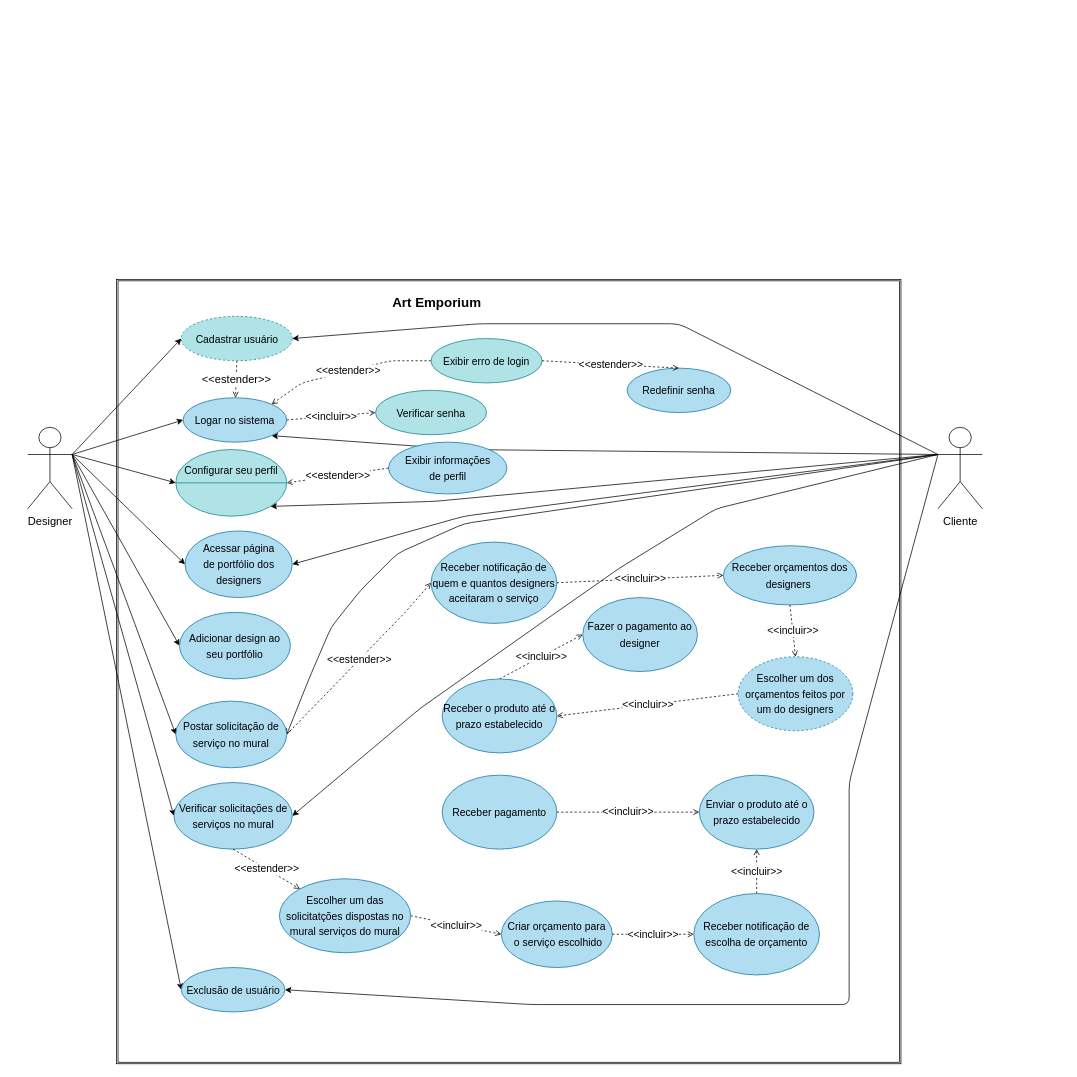
Above: Docs/caso _de_uso - Copia.drawio in Clara-ang/Art_Emporium2 (draw.io), before the change. Source tidied: cells renumbered, new cells numbered last; positions are measured from the earlier drawing's top-left corner, leaving out a move shared by most shapes. Both pictures are drawn from the tidied source at 74%, with x=0, y=0 at pixel (27, 279).
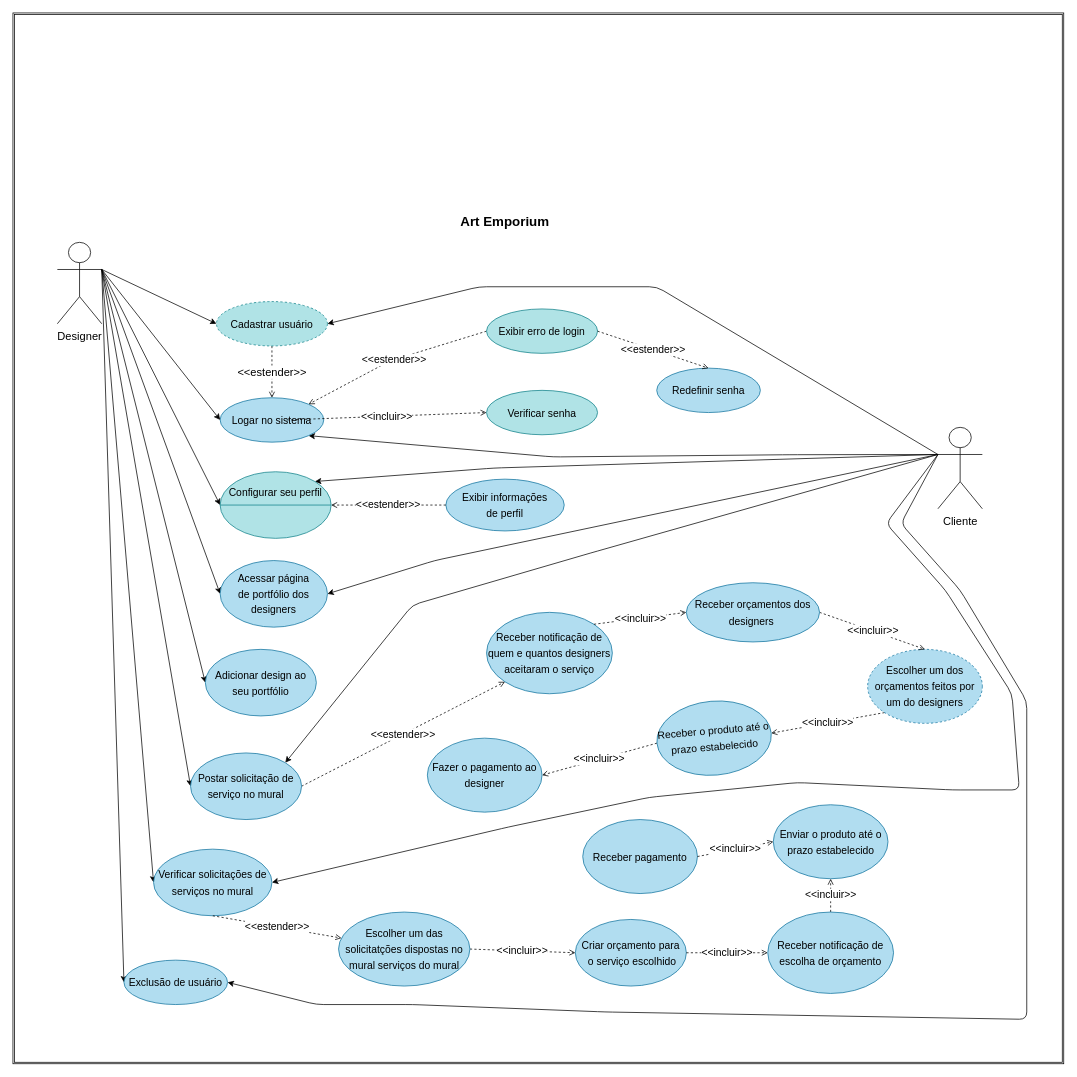
The same diagram, later.

Unchanged cells that the change refers to:
```xml
<mxCell id="10" value="&lt;span style=&quot;font-size: 15px&quot;&gt;Cliente&lt;/span&gt;" style="shape=umlActor;verticalLabelPosition=bottom;verticalAlign=top;html=1;outlineConnect=0;fontSize=18;" parent="1" vertex="1">
  <mxGeometry x="1230" y="200" width="60" height="110" as="geometry" />
</mxCell>
```

What changed in the source:
```diff
@@
     <mxCell id="2" style="shape=ext;double=1;whiteSpace=wrap;html=1;" parent="1" vertex="1">
-      <mxGeometry x="120" width="1060" height="1060" as="geometry" />
+      <mxGeometry x="-20" y="-360" width="1420" height="1420" as="geometry" />
     </mxCell>
     <mxCell id="3" value="&lt;h1&gt;&lt;font style=&quot;font-size: 18px&quot;&gt;Art Emporium&lt;/font&gt;&lt;/h1&gt;" style="text;html=1;strokeColor=none;fillColor=none;spacing=5;spacingTop=-20;whiteSpace=wrap;overflow=hidden;rounded=0;align=center;" parent="1" vertex="1">
-      <mxGeometry x="457.5" y="10" width="190" height="50" as="geometry" />
+      <mxGeometry x="550" y="-100" width="190" height="50" as="geometry" />
     </mxCell>
+    <mxCell id="5" style="edgeStyle=none;html=1;exitX=0;exitY=0.3333333333333333;exitDx=0;exitDy=0;exitPerimeter=0;entryX=1;entryY=0.5;entryDx=0;entryDy=0;" parent="1" edge="1" source="10" target="24">
+      <mxGeometry relative="1" as="geometry">
+        <Array as="points">
+          <mxPoint x="550" y="380" />
+        </Array>
+      </mxGeometry>
+    </mxCell>
-    <mxCell id="4" style="edgeStyle=none;html=1;exitX=0;exitY=0.3333333333333333;exitDx=0;exitDy=0;exitPerimeter=0;entryX=1;entryY=1;entryDx=0;entryDy=0;fontSize=14;" parent="1" edge="1" source="10" target="11">
+    <mxCell id="4" style="edgeStyle=none;html=1;exitX=0;exitY=0.3333333333333333;exitDx=0;exitDy=0;exitPerimeter=0;entryX=1;entryY=1;entryDx=0;entryDy=0;" parent="1" edge="1" source="10" target="11">
       <mxGeometry relative="1" as="geometry">
         <Array as="points">
-          <mxPoint x="590" y="230" />
+          <mxPoint x="1030" y="237" />
+          <mxPoint x="710" y="240" />
         </Array>
       </mxGeometry>
     </mxCell>
-    <mxCell id="5" style="edgeStyle=none;html=1;exitX=0;exitY=0.3333333333333333;exitDx=0;exitDy=0;exitPerimeter=0;entryX=1;entryY=0.5;entryDx=0;entryDy=0;fontSize=14;" parent="1" edge="1" source="10" target="24">
-      <mxGeometry relative="1" as="geometry">
-        <Array as="points">
-          <mxPoint x="590" y="320" />
-        </Array>
-      </mxGeometry>
-    </mxCell>
+    <mxCell id="54" style="edgeStyle=none;html=1;exitX=0;exitY=0.3333333333333333;exitDx=0;exitDy=0;exitPerimeter=0;entryX=1;entryY=0.5;entryDx=0;entryDy=0;" parent="1" edge="1" source="10" target="14">
+      <mxGeometry relative="1" as="geometry">
+        <Array as="points">
+          <mxPoint x="850" y="10" />
+          <mxPoint x="610" y="10" />
+        </Array>
+      </mxGeometry>
+    </mxCell>
+    <mxCell id="9" style="edgeStyle=none;html=1;exitX=0;exitY=0.3333333333333333;exitDx=0;exitDy=0;exitPerimeter=0;entryX=1;entryY=0;entryDx=0;entryDy=0;" parent="1" edge="1" source="10" target="57">
+      <mxGeometry relative="1" as="geometry">
+        <Array as="points">
+          <mxPoint x="630" y="255" />
+        </Array>
+      </mxGeometry>
+    </mxCell>
-    <mxCell id="6" style="edgeStyle=none;html=1;exitX=0;exitY=0.3333333333333333;exitDx=0;exitDy=0;exitPerimeter=0;entryX=1;entryY=0.5;entryDx=0;entryDy=0;fontSize=14;endArrow=open;endFill=0;strokeWidth=1;" parent="1" edge="1" source="10" target="28">
+    <mxCell id="6" style="edgeStyle=none;html=1;exitX=0;exitY=0.3333333333333333;exitDx=0;exitDy=0;exitPerimeter=0;entryX=1;entryY=0;entryDx=0;entryDy=0;" parent="1" edge="1" source="10" target="28">
       <mxGeometry relative="1" as="geometry">
         <Array as="points">
-          <mxPoint x="590" y="330" />
-          <mxPoint x="500" y="370" />
-          <mxPoint x="450" y="420" />
-          <mxPoint x="410" y="470" />
-          <mxPoint x="380" y="540" />
+          <mxPoint x="760" y="370" />
+          <mxPoint x="520" y="440" />
         </Array>
       </mxGeometry>
     </mxCell>
-    <mxCell id="7" style="edgeStyle=none;html=1;exitX=0;exitY=0.3333333333333333;exitDx=0;exitDy=0;exitPerimeter=0;entryX=1;entryY=0.5;entryDx=0;entryDy=0;fontSize=14;endArrow=classic;endFill=1;strokeWidth=1;" parent="1" edge="1" source="10" target="33">
+    <mxCell id="7" style="edgeStyle=none;html=1;exitX=0;exitY=0.3333333333333333;exitDx=0;exitDy=0;exitPerimeter=0;entryX=1;entryY=0.5;entryDx=0;entryDy=0;" parent="1" edge="1" source="10" target="33">
       <mxGeometry relative="1" as="geometry">
         <Array as="points">
-          <mxPoint x="930" y="310" />
-          <mxPoint x="800" y="390" />
-          <mxPoint x="700" y="460" />
-          <mxPoint x="530" y="580" />
+          <mxPoint x="1160" y="330" />
+          <mxPoint x="1240" y="420" />
+          <mxPoint x="1330" y="560" />
+          <mxPoint x="1340" y="690" />
+          <mxPoint x="1250" y="690" />
+          <mxPoint x="1040" y="680" />
+          <mxPoint x="840" y="700" />
+          <mxPoint x="650" y="740" />
         </Array>
       </mxGeometry>
     </mxCell>
-    <mxCell id="8" style="edgeStyle=none;html=1;exitX=0;exitY=0.3333333333333333;exitDx=0;exitDy=0;exitPerimeter=0;entryX=1;entryY=0.5;entryDx=0;entryDy=0;fontSize=14;endArrow=classic;endFill=1;strokeWidth=1;" parent="1" edge="1" source="10" target="26">
-      <mxGeometry relative="1" as="geometry">
-        <Array as="points">
-          <mxPoint x="1110" y="680" />
-          <mxPoint x="1110" y="790" />
-          <mxPoint x="1110" y="920" />
-          <mxPoint x="1110" y="980" />
-          <mxPoint x="680" y="980" />
-        </Array>
-      </mxGeometry>
-    </mxCell>
-    <mxCell id="9" style="edgeStyle=none;html=1;exitX=0;exitY=0.3333333333333333;exitDx=0;exitDy=0;exitPerimeter=0;fontSize=14;endArrow=classic;endFill=1;strokeWidth=1;entryX=1;entryY=1;entryDx=0;entryDy=0;" parent="1" edge="1" source="10" target="57">
-      <mxGeometry relative="1" as="geometry">
-        <Array as="points">
-          <mxPoint x="550" y="300" />
-        </Array>
-      </mxGeometry>
-    </mxCell>
@@
     <mxCell id="11" value="&lt;font style=&quot;font-size: 14px&quot; color=&quot;#000000&quot;&gt;Logar no sistema&lt;/font&gt;" style="ellipse;whiteSpace=wrap;html=1;fontSize=18;fillColor=#b1ddf0;strokeColor=#10739e;" parent="1" vertex="1">
-      <mxGeometry x="210" y="160" width="140" height="60" as="geometry" />
+      <mxGeometry x="260" y="160" width="140" height="60" as="geometry" />
     </mxCell>
@@
     <mxCell id="14" value="&lt;font color=&quot;#000000&quot; style=&quot;font-size: 14px&quot;&gt;Cadastrar usuário&lt;/font&gt;" style="ellipse;whiteSpace=wrap;html=1;fontSize=15;fillColor=#b0e3e6;strokeColor=#0e8088;dashed=1;" parent="1" vertex="1">
-      <mxGeometry x="207.5" y="50" width="150" height="60" as="geometry" />
+      <mxGeometry x="255" y="30" width="150" height="60" as="geometry" />
     </mxCell>
@@
     <mxCell id="23" value="&lt;span style=&quot;font-size: 15px&quot;&gt;Designer&lt;/span&gt;" style="shape=umlActor;verticalLabelPosition=bottom;verticalAlign=top;html=1;outlineConnect=0;fontSize=18;" parent="1" vertex="1">
-      <mxGeometry y="200" width="60" height="110" as="geometry" />
+      <mxGeometry x="40" y="-50" width="60" height="110" as="geometry" />
     </mxCell>
     <mxCell id="24" value="&lt;font color=&quot;#000000&quot; style=&quot;font-size: 14px&quot;&gt;&lt;span style=&quot;line-height: 1.2&quot;&gt;Acessar página&lt;br&gt;de portfólio dos designers&lt;/span&gt;&lt;/font&gt;" style="ellipse;whiteSpace=wrap;html=1;fontSize=18;fillColor=#b1ddf0;strokeColor=#10739e;" parent="1" vertex="1">
-      <mxGeometry x="212.5" y="340" width="145" height="90" as="geometry" />
+      <mxGeometry x="260" y="380" width="145" height="90" as="geometry" />
     </mxCell>
     <mxCell id="25" value="&lt;font color=&quot;#000000&quot; style=&quot;font-size: 14px&quot;&gt;Redefinir senha&lt;/font&gt;" style="ellipse;whiteSpace=wrap;html=1;fontSize=18;fillColor=#b1ddf0;strokeColor=#10739e;" parent="1" vertex="1">
-      <mxGeometry x="810" y="120" width="140" height="60" as="geometry" />
+      <mxGeometry x="850" y="120" width="140" height="60" as="geometry" />
     </mxCell>
     <mxCell id="26" value="&lt;font color=&quot;#000000&quot; style=&quot;font-size: 14px&quot;&gt;Exclusão de usuário&lt;/font&gt;" style="ellipse;whiteSpace=wrap;html=1;fontSize=18;fillColor=#b1ddf0;strokeColor=#10739e;" parent="1" vertex="1">
-      <mxGeometry x="207.5" y="930" width="140" height="60" as="geometry" />
+      <mxGeometry x="130" y="920" width="140" height="60" as="geometry" />
     </mxCell>
-    <mxCell id="27" value="&amp;lt;&amp;lt;estender&amp;gt;&amp;gt;" style="edgeStyle=none;html=1;exitX=1;exitY=0.5;exitDx=0;exitDy=0;entryX=0;entryY=0.5;entryDx=0;entryDy=0;dashed=1;fontSize=14;endArrow=open;endFill=0;strokeWidth=1;" parent="1" edge="1" source="28" target="44">
-      <mxGeometry relative="1" as="geometry">
-        <Array as="points">
-          <mxPoint x="510" y="450" />
-        </Array>
-      </mxGeometry>
+    <mxCell id="27" value="&amp;lt;&amp;lt;estender&amp;gt;&amp;gt;" style="edgeStyle=none;html=1;exitX=1;exitY=0.5;exitDx=0;exitDy=0;entryX=0;entryY=1;entryDx=0;entryDy=0;dashed=1;fontSize=14;endArrow=open;endFill=0;strokeWidth=1;" parent="1" edge="1" source="28" target="44">
+      <mxGeometry relative="1" as="geometry" />
     </mxCell>
     <mxCell id="28" value="&lt;font color=&quot;#000000&quot; style=&quot;font-size: 14px&quot;&gt;Postar solicitação de serviço no mural&lt;/font&gt;" style="ellipse;whiteSpace=wrap;html=1;fontSize=18;fillColor=#b1ddf0;strokeColor=#10739e;" parent="1" vertex="1">
-      <mxGeometry x="200" y="570" width="150" height="90" as="geometry" />
+      <mxGeometry x="220" y="640" width="150" height="90" as="geometry" />
     </mxCell>
     <mxCell id="29" value="&amp;lt;&amp;lt;estender&amp;gt;&amp;gt;" style="edgeStyle=none;html=1;exitX=0;exitY=0.5;exitDx=0;exitDy=0;entryX=1;entryY=0;entryDx=0;entryDy=0;dashed=1;fontSize=14;endArrow=open;endFill=0;strokeWidth=1;" parent="1" edge="1" source="30" target="11">
       <mxGeometry relative="1" as="geometry">
         <Array as="points">
           <mxPoint x="490" y="110" />
-          <mxPoint x="370" y="140" />
         </Array>
       </mxGeometry>
     </mxCell>
     <mxCell id="30" value="&lt;font color=&quot;#000000&quot; style=&quot;font-size: 14px&quot;&gt;Exibir erro de login&lt;/font&gt;" style="ellipse;whiteSpace=wrap;html=1;fontSize=15;fillColor=#b0e3e6;strokeColor=#0e8088;" parent="1" vertex="1">
-      <mxGeometry x="545" y="80" width="150" height="60" as="geometry" />
+      <mxGeometry x="620" y="40" width="150" height="60" as="geometry" />
     </mxCell>
     <mxCell id="31" value="&lt;font color=&quot;#000000&quot; style=&quot;font-size: 14px&quot;&gt;Verificar senha&lt;/font&gt;" style="ellipse;whiteSpace=wrap;html=1;fontSize=15;fillColor=#b0e3e6;strokeColor=#0e8088;" parent="1" vertex="1">
-      <mxGeometry x="470" y="150" width="150" height="60" as="geometry" />
+      <mxGeometry x="620" y="150" width="150" height="60" as="geometry" />
     </mxCell>
     <mxCell id="32" value="&lt;font color=&quot;#000000&quot; style=&quot;font-size: 14px&quot;&gt;Adicionar design ao seu portfólio&lt;/font&gt;" style="ellipse;whiteSpace=wrap;html=1;fontSize=18;fillColor=#b1ddf0;strokeColor=#10739e;" parent="1" vertex="1">
-      <mxGeometry x="205" y="450" width="150" height="90" as="geometry" />
+      <mxGeometry x="240" y="500" width="150" height="90" as="geometry" />
     </mxCell>
     <mxCell id="33" value="&lt;font color=&quot;#000000&quot; style=&quot;font-size: 14px&quot;&gt;Verificar solicitações de serviços no mural&lt;/font&gt;" style="ellipse;whiteSpace=wrap;html=1;fontSize=18;fillColor=#b1ddf0;strokeColor=#10739e;" parent="1" vertex="1">
-      <mxGeometry x="197.5" y="680" width="160" height="90" as="geometry" />
+      <mxGeometry x="170" y="770" width="160" height="90" as="geometry" />
     </mxCell>
     <mxCell id="34" value="&lt;font color=&quot;#000000&quot;&gt;&lt;span style=&quot;font-size: 14px&quot;&gt;Criar orçamento para&lt;br&gt;&amp;nbsp;o serviço escolhido&lt;/span&gt;&lt;/font&gt;" style="ellipse;whiteSpace=wrap;html=1;fontSize=18;fillColor=#b1ddf0;strokeColor=#10739e;" parent="1" vertex="1">
-      <mxGeometry x="640" y="840" width="150" height="90" as="geometry" />
+      <mxGeometry x="740" y="865" width="150" height="90" as="geometry" />
     </mxCell>
-    <mxCell id="35" value="&amp;lt;&amp;lt;incluir&amp;gt;&amp;gt;" style="edgeStyle=none;html=1;exitX=0;exitY=0.5;exitDx=0;exitDy=0;entryX=1;entryY=0.5;entryDx=0;entryDy=0;dashed=1;fontSize=14;endArrow=open;endFill=0;strokeWidth=1;" parent="1" edge="1" source="36" target="39">
+    <mxCell id="35" value="&amp;lt;&amp;lt;incluir&amp;gt;&amp;gt;" style="edgeStyle=none;html=1;exitX=0;exitY=1;exitDx=0;exitDy=0;entryX=1;entryY=0.5;entryDx=0;entryDy=0;dashed=1;fontSize=14;endArrow=open;endFill=0;strokeWidth=1;" parent="1" edge="1" source="36" target="39">
       <mxGeometry relative="1" as="geometry" />
     </mxCell>
-    <mxCell id="36" value="&lt;font color=&quot;#000000&quot;&gt;&lt;span style=&quot;font-size: 14px&quot;&gt;Escolher um dos orçamentos feitos por um do designers&lt;/span&gt;&lt;/font&gt;" style="ellipse;whiteSpace=wrap;html=1;fontSize=18;fillColor=#b1ddf0;strokeColor=#10739e;dashed=1;" parent="1" vertex="1">
-      <mxGeometry x="960" y="510" width="155" height="100" as="geometry" />
+    <mxCell id="36" value="&lt;font color=&quot;#000000&quot;&gt;&lt;span style=&quot;font-size: 14px&quot;&gt;Escolher um dos orçamentos feitos por um do designers&lt;/span&gt;&lt;/font&gt;" style="ellipse;whiteSpace=wrap;html=1;fontSize=18;fillColor=#b1ddf0;strokeColor=#10739e;dashed=1;rotation=0;" parent="1" vertex="1">
+      <mxGeometry x="1135" y="500" width="155" height="100" as="geometry" />
     </mxCell>
     <mxCell id="37" value="&lt;font color=&quot;#000000&quot;&gt;&lt;span style=&quot;font-size: 14px&quot;&gt;Fazer o pagamento ao designer&lt;/span&gt;&lt;/font&gt;" style="ellipse;whiteSpace=wrap;html=1;fontSize=18;fillColor=#b1ddf0;strokeColor=#10739e;" parent="1" vertex="1">
-      <mxGeometry x="750" y="430" width="155" height="100" as="geometry" />
+      <mxGeometry x="540" y="620" width="155" height="100" as="geometry" />
     </mxCell>
-    <mxCell id="38" value="&amp;lt;&amp;lt;incluir&amp;gt;&amp;gt;" style="edgeStyle=none;html=1;exitX=0.5;exitY=0;exitDx=0;exitDy=0;entryX=0;entryY=0.5;entryDx=0;entryDy=0;dashed=1;fontSize=14;endArrow=open;endFill=0;strokeWidth=1;" parent="1" edge="1" source="39" target="37">
+    <mxCell id="38" value="&amp;lt;&amp;lt;incluir&amp;gt;&amp;gt;" style="edgeStyle=none;html=1;exitX=0;exitY=0.5;exitDx=0;exitDy=0;entryX=1;entryY=0.5;entryDx=0;entryDy=0;dashed=1;fontSize=14;endArrow=open;endFill=0;strokeWidth=1;" parent="1" edge="1" source="39" target="37">
       <mxGeometry relative="1" as="geometry" />
     </mxCell>
-    <mxCell id="39" value="&lt;font color=&quot;#000000&quot;&gt;&lt;span style=&quot;font-size: 14px&quot;&gt;Receber o produto até o prazo estabelecido&lt;/span&gt;&lt;/font&gt;" style="ellipse;whiteSpace=wrap;html=1;fontSize=18;fillColor=#b1ddf0;strokeColor=#10739e;" parent="1" vertex="1">
-      <mxGeometry x="560" y="540" width="155" height="100" as="geometry" />
+    <mxCell id="39" value="&lt;font color=&quot;#000000&quot;&gt;&lt;span style=&quot;font-size: 14px&quot;&gt;Receber o produto até o prazo estabelecido&lt;/span&gt;&lt;/font&gt;" style="ellipse;whiteSpace=wrap;html=1;fontSize=18;fillColor=#b1ddf0;strokeColor=#10739e;rotation=-5;" parent="1" vertex="1">
+      <mxGeometry x="850" y="570" width="155" height="100" as="geometry" />
     </mxCell>
@@
     <mxCell id="41" value="&lt;font color=&quot;#000000&quot;&gt;&lt;span style=&quot;font-size: 14px&quot;&gt;Enviar o produto até o prazo estabelecido&lt;/span&gt;&lt;/font&gt;" style="ellipse;whiteSpace=wrap;html=1;fontSize=18;fillColor=#b1ddf0;strokeColor=#10739e;" parent="1" vertex="1">
-      <mxGeometry x="907.5" y="670" width="155" height="100" as="geometry" />
+      <mxGeometry x="1007.5" y="710" width="155" height="100" as="geometry" />
     </mxCell>
@@
     <mxCell id="43" value="&lt;font color=&quot;#000000&quot; style=&quot;font-size: 14px&quot;&gt;Escolher um das solicitatções dispostas no mural serviços do mural&lt;/font&gt;" style="ellipse;whiteSpace=wrap;html=1;fontSize=18;fillColor=#b1ddf0;strokeColor=#10739e;" parent="1" vertex="1">
-      <mxGeometry x="340" y="810" width="177.5" height="100" as="geometry" />
+      <mxGeometry x="420" y="855" width="177.5" height="100" as="geometry" />
     </mxCell>
     <mxCell id="44" value="&lt;font color=&quot;#000000&quot;&gt;&lt;span style=&quot;font-size: 14px&quot;&gt;Receber notificação de quem e quantos designers aceitaram o serviço&lt;/span&gt;&lt;/font&gt;" style="ellipse;whiteSpace=wrap;html=1;fontSize=18;fillColor=#b1ddf0;strokeColor=#10739e;" parent="1" vertex="1">
-      <mxGeometry x="545" y="355" width="170" height="110" as="geometry" />
+      <mxGeometry x="620" y="450" width="170" height="110" as="geometry" />
     </mxCell>
-    <mxCell id="45" value="&amp;lt;&amp;lt;incluir&amp;gt;&amp;gt;" style="edgeStyle=none;html=1;exitX=0.5;exitY=1;exitDx=0;exitDy=0;entryX=0.5;entryY=0;entryDx=0;entryDy=0;fontSize=14;endArrow=open;endFill=0;strokeWidth=1;dashed=1;" parent="1" edge="1" source="46" target="36">
+    <mxCell id="45" value="&amp;lt;&amp;lt;incluir&amp;gt;&amp;gt;" style="edgeStyle=none;html=1;exitX=1;exitY=0.5;exitDx=0;exitDy=0;entryX=0.5;entryY=0;entryDx=0;entryDy=0;fontSize=14;endArrow=open;endFill=0;strokeWidth=1;dashed=1;" parent="1" edge="1" source="46" target="36">
       <mxGeometry relative="1" as="geometry" />
     </mxCell>
     <mxCell id="46" value="&lt;font color=&quot;#000000&quot;&gt;&lt;span style=&quot;font-size: 14px&quot;&gt;Receber orçamentos dos designers&amp;nbsp;&lt;/span&gt;&lt;/font&gt;" style="ellipse;whiteSpace=wrap;html=1;fontSize=18;fillColor=#b1ddf0;strokeColor=#10739e;" parent="1" vertex="1">
-      <mxGeometry x="940" y="360" width="180" height="80" as="geometry" />
+      <mxGeometry x="890" y="410" width="180" height="80" as="geometry" />
     </mxCell>
-    <mxCell id="47" value="&amp;lt;&amp;lt;incluir&amp;gt;&amp;gt;" style="edgeStyle=none;html=1;dashed=1;fontSize=14;endArrow=open;endFill=0;strokeWidth=1;exitX=1;exitY=0.5;exitDx=0;exitDy=0;entryX=0;entryY=0.5;entryDx=0;entryDy=0;" parent="1" edge="1" source="44" target="46">
+    <mxCell id="47" value="&amp;lt;&amp;lt;incluir&amp;gt;&amp;gt;" style="edgeStyle=none;html=1;dashed=1;fontSize=14;endArrow=open;endFill=0;strokeWidth=1;exitX=1;exitY=0;exitDx=0;exitDy=0;entryX=0;entryY=0.5;entryDx=0;entryDy=0;" parent="1" edge="1" source="44" target="46">
       <mxGeometry relative="1" as="geometry" />
     </mxCell>
@@
     <mxCell id="50" value="&lt;font color=&quot;#000000&quot;&gt;&lt;span style=&quot;font-size: 14px&quot;&gt;Receber notificação de escolha de orçamento&lt;/span&gt;&lt;/font&gt;" style="ellipse;whiteSpace=wrap;html=1;fontSize=18;fillColor=#b1ddf0;strokeColor=#10739e;" parent="1" vertex="1">
-      <mxGeometry x="900" y="830" width="170" height="110" as="geometry" />
+      <mxGeometry x="1000" y="855" width="170" height="110" as="geometry" />
     </mxCell>
@@
     <mxCell id="52" value="&lt;font color=&quot;#000000&quot;&gt;&lt;span style=&quot;font-size: 14px&quot;&gt;Receber pagamento&lt;/span&gt;&lt;/font&gt;" style="ellipse;whiteSpace=wrap;html=1;fontSize=18;fillColor=#b1ddf0;strokeColor=#10739e;" parent="1" vertex="1">
-      <mxGeometry x="560" y="670" width="155" height="100" as="geometry" />
+      <mxGeometry x="750" y="730" width="155" height="100" as="geometry" />
     </mxCell>
@@
-    <mxCell id="54" style="edgeStyle=none;html=1;entryX=1;entryY=0.5;entryDx=0;entryDy=0;fontSize=14;exitX=0;exitY=0.3333333333333333;exitDx=0;exitDy=0;exitPerimeter=0;" parent="1" edge="1" source="10" target="14">
-      <mxGeometry relative="1" as="geometry">
-        <Array as="points">
-          <mxPoint x="880" y="60" />
-          <mxPoint x="610" y="60" />
-        </Array>
-      </mxGeometry>
-    </mxCell>
     <mxCell id="55" value="&lt;font color=&quot;#000000&quot; style=&quot;font-size: 14px&quot;&gt;&lt;span style=&quot;line-height: 1.2&quot;&gt;Exibir informações&lt;br&gt;de perfil&lt;br&gt;&lt;/span&gt;&lt;/font&gt;" style="ellipse;whiteSpace=wrap;html=1;fontSize=18;fillColor=#b1ddf0;strokeColor=#10739e;" parent="1" vertex="1">
-      <mxGeometry x="487.5" y="220" width="160" height="70" as="geometry" />
+      <mxGeometry x="565" y="270" width="160" height="70" as="geometry" />
     </mxCell>
@@
     <mxCell id="57" value="&lt;font color=&quot;#000000&quot;&gt;Configurar seu perfil&lt;br&gt;&lt;br&gt;&lt;br&gt;&lt;/font&gt;" style="shape=lineEllipse;perimeter=ellipsePerimeter;whiteSpace=wrap;html=1;backgroundOutline=1;fontSize=14;strokeColor=#0e8088;fillColor=#b0e3e6;" parent="1" vertex="1">
-      <mxGeometry x="200" y="230" width="150" height="90" as="geometry" />
+      <mxGeometry x="260" y="260" width="150" height="90" as="geometry" />
     </mxCell>
+    <mxCell id="8" style="edgeStyle=none;html=1;exitX=0;exitY=0.3333333333333333;exitDx=0;exitDy=0;exitPerimeter=0;entryX=1;entryY=0.5;entryDx=0;entryDy=0;" parent="1" edge="1" source="10" target="26">
+      <mxGeometry relative="1" as="geometry">
+        <Array as="points">
+          <mxPoint x="1180" y="330" />
+          <mxPoint x="1260" y="420" />
+          <mxPoint x="1350" y="570" />
+          <mxPoint x="1350" y="1000" />
+          <mxPoint x="780" y="990" />
+          <mxPoint x="520" y="980" />
+          <mxPoint x="390" y="980" />
+        </Array>
+      </mxGeometry>
+    </mxCell>
```
